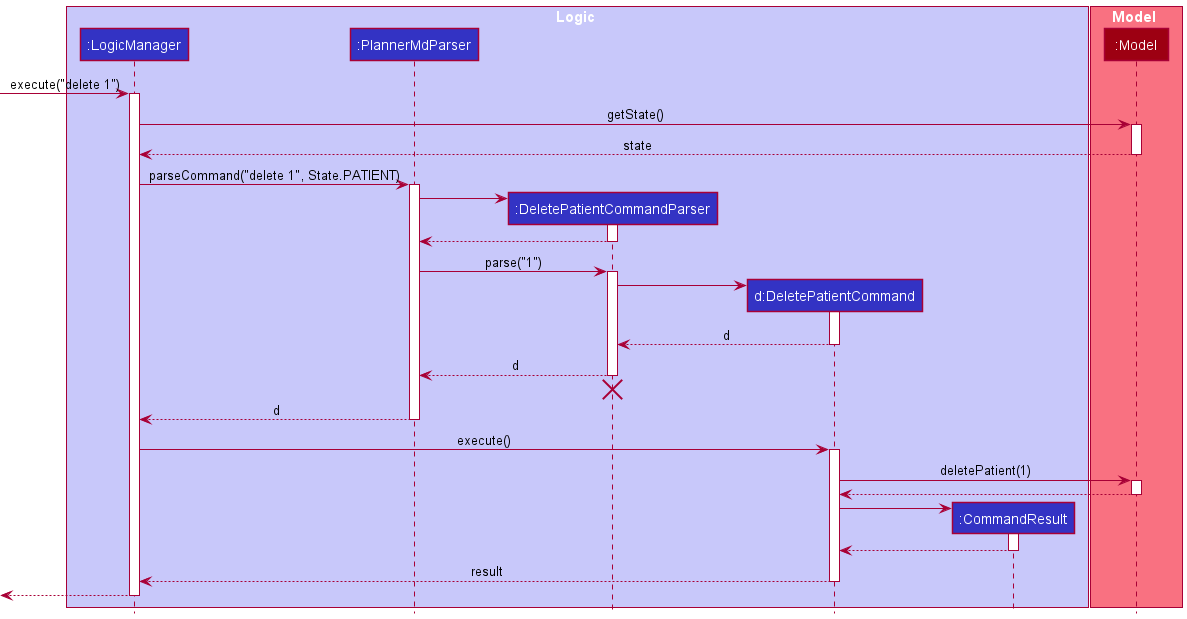
The PlantUML diagram docs/images/DeleteSequenceDiagram.png in nus-cs2103-AY2122S1/tp, before a commit.
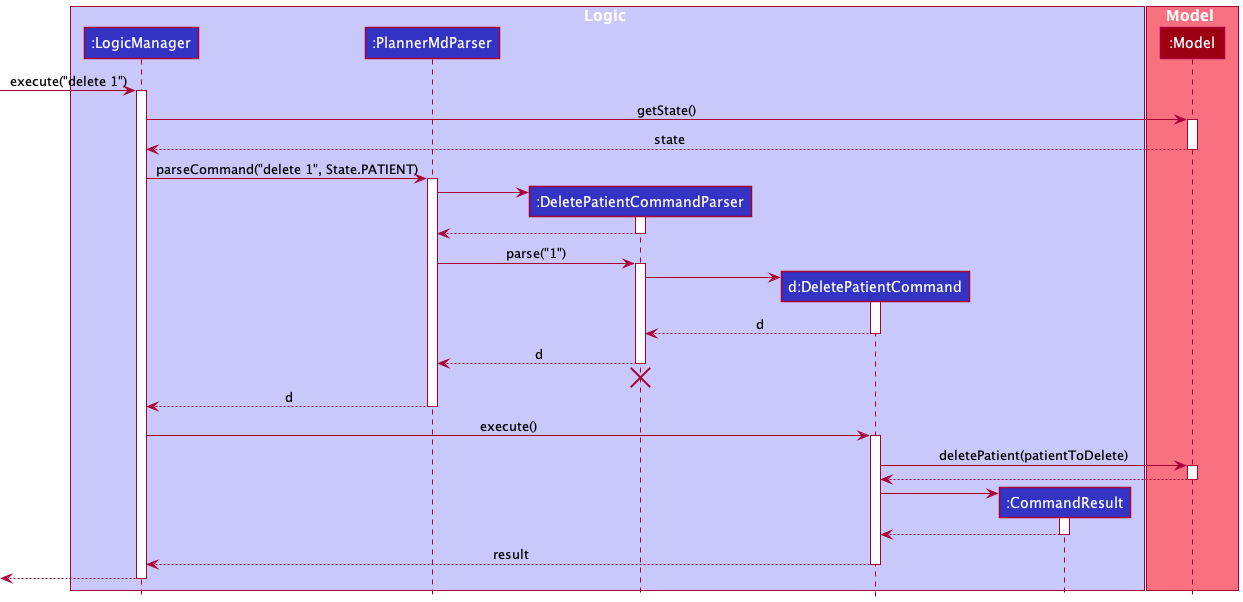
Later version of the same file.

What changed in the source:
```diff
@@ -53,7 +53,7 @@
 LogicManager -> DeletePatientCommand : execute()
 activate DeletePatientCommand
 
-DeletePatientCommand -> Model : deletePatient(1)
+DeletePatientCommand -> Model : deletePatient(patientToDelete)
 activate Model
 
 Model --> DeletePatientCommand
```
